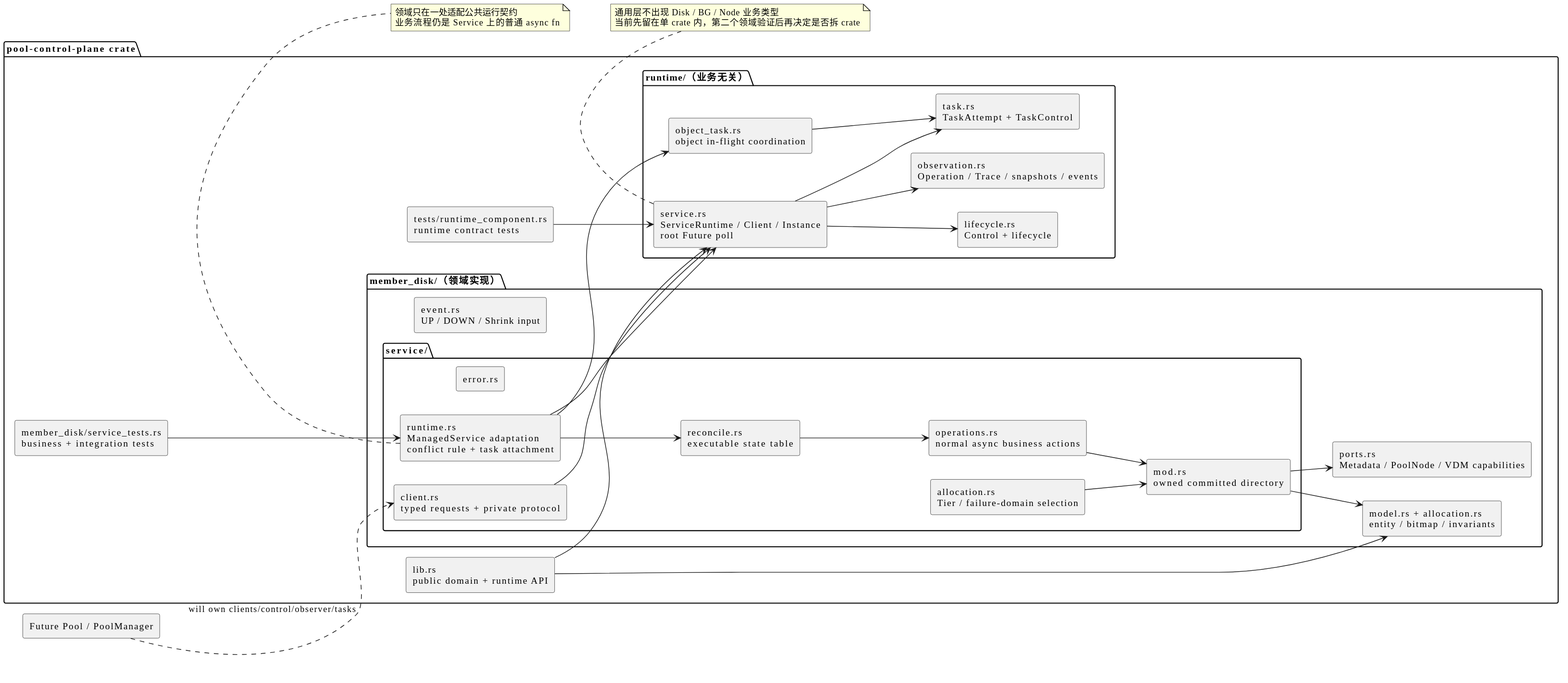
Above: docs/assets/package-workspace-layout.svg in limushu/runtime (PlantUML), before the change.
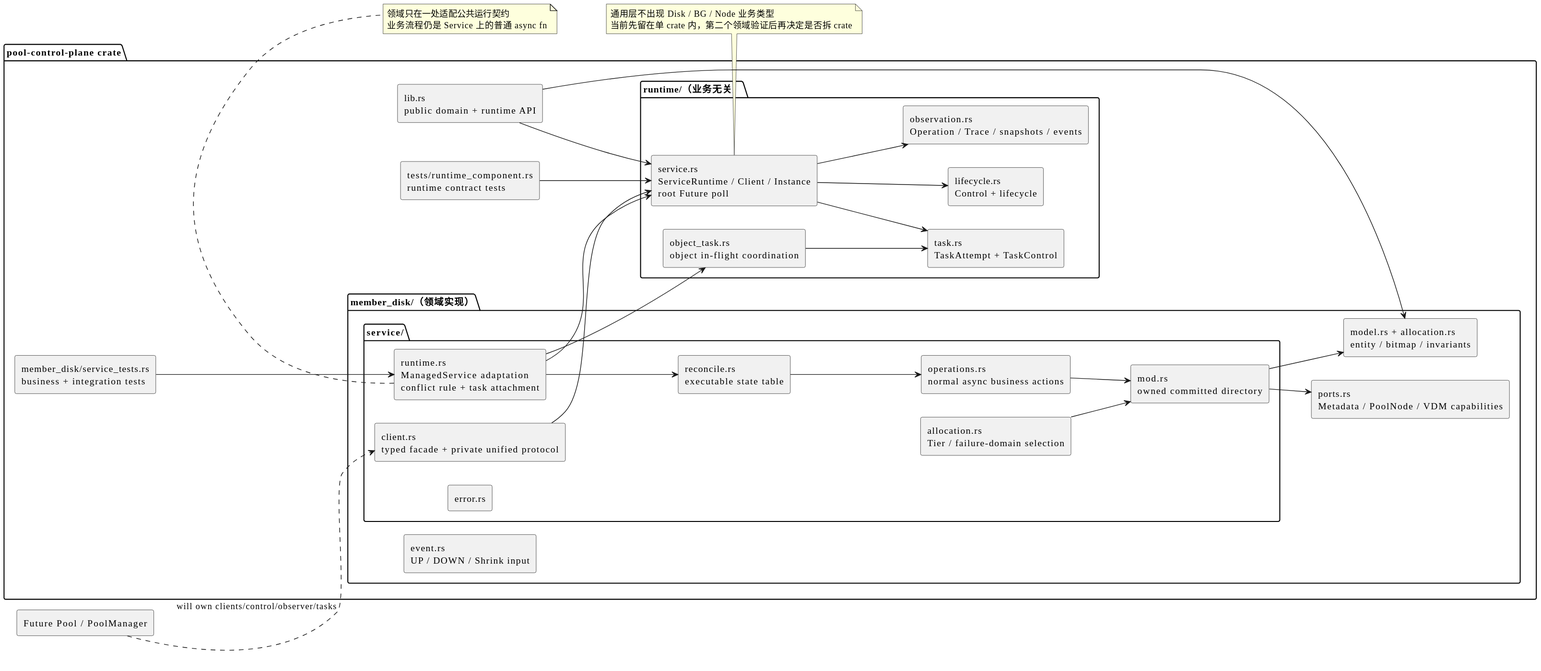
The same diagram one commit later.

Diff of the diagram source:
```diff
@@ -22,7 +22,7 @@
     component "ports.rs\nMetadata / PoolNode / VDM capabilities" as Ports
     package "service/" {
       component "mod.rs\nowned committed directory" as Service
-      component "client.rs\ntyped requests + private protocol" as Client
+      component "client.rs\ntyped facade + private unified protocol" as Client
       component "runtime.rs\nManagedService adaptation\nconflict rule + task attachment" as Adapter
       component "reconcile.rs\nexecutable state table" as Reconcile
       component "operations.rs\nnormal async business actions" as Operations
```
